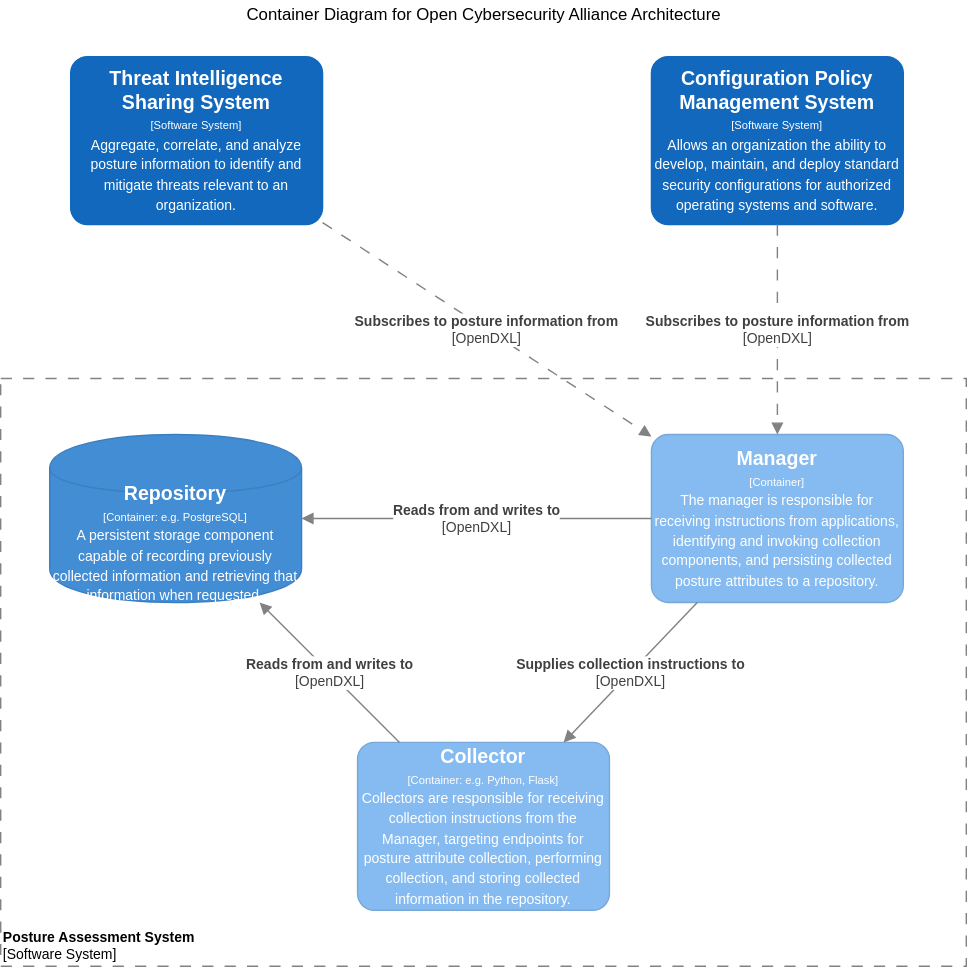
Earlier version of the draw.io export Architecture Documents/scap-container.svg (opencybersecurityalliance/documentation). Source tidied: cells renumbered, new cells last; positions are measured from the earlier drawing's top-left corner, leaving out a move shared by most shapes.
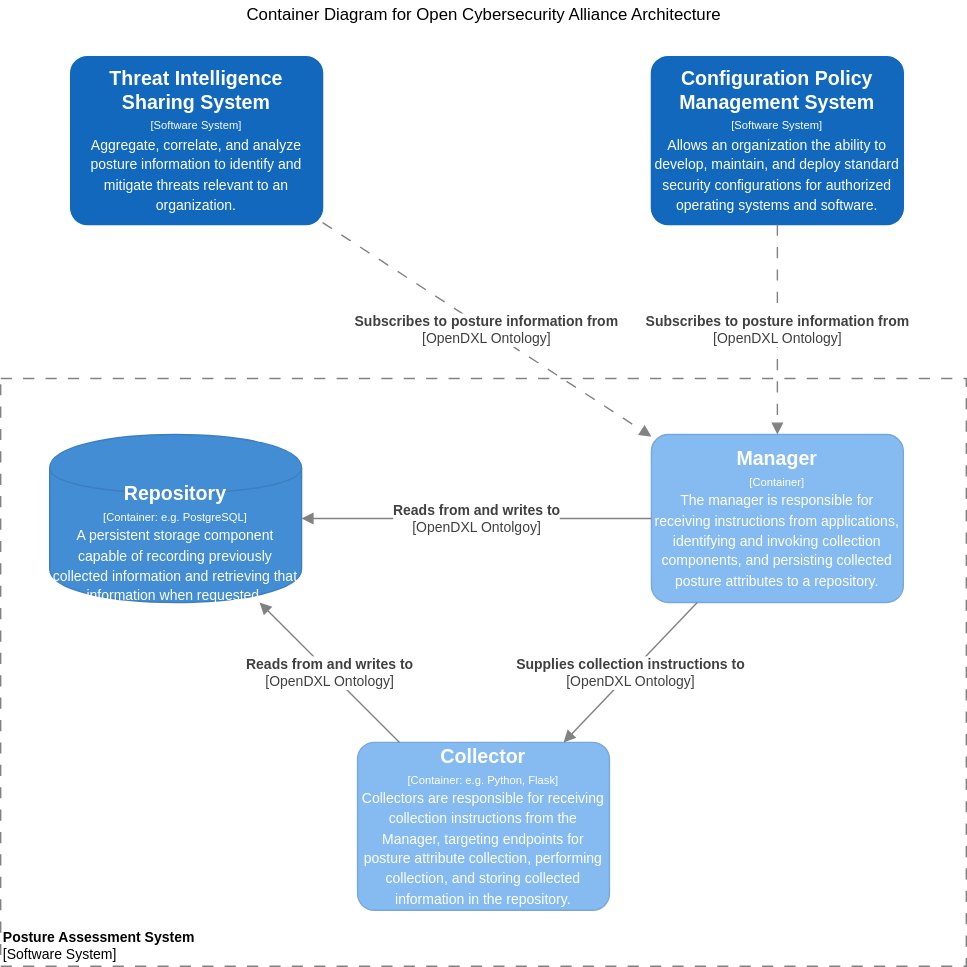
Above is the later version.

Commit message:
OpenDXL to OpenDXL Ontology

What changed in the source:
```diff
@@ -22,17 +22,17 @@
         <mxGeometry x="35" y="310" width="180" height="120" as="geometry" />
       </mxCell>
     </object>
-    <object id="6" label="&lt;span style=&quot;font-size: 10px&quot;&gt;&lt;b&gt;Supplies collection instructions to&lt;br&gt;&lt;/b&gt;[OpenDXL]&lt;br&gt;&lt;/span&gt;" name="Data Flow Item Name" placeholders="1" technology="HTTP">
+    <object id="6" label="&lt;span style=&quot;font-size: 10px&quot;&gt;&lt;b&gt;Supplies collection instructions to&lt;br&gt;&lt;/b&gt;[OpenDXL Ontology]&lt;br&gt;&lt;/span&gt;" name="Data Flow Item Name" placeholders="1" technology="HTTP">
       <mxCell style="endArrow=block;html=1;fontSize=10;fontColor=#404040;strokeWidth=1;endFill=1;strokeColor=#828282;elbow=vertical;" parent="1" edge="1" source="3" target="4">
         <mxGeometry relative="1" as="geometry" />
       </mxCell>
     </object>
-    <object id="7" label="&lt;span style=&quot;font-size: 10px&quot;&gt;&lt;b&gt;Reads from and writes to&lt;br&gt;&lt;/b&gt;[OpenDXL]&lt;br&gt;&lt;/span&gt;" name="Data Flow Item Name" placeholders="1" technology="HTTP">
+    <object id="7" label="&lt;span style=&quot;font-size: 10px&quot;&gt;&lt;b&gt;Reads from and writes to&lt;br&gt;&lt;/b&gt;[OpenDXL Ontology]&lt;br&gt;&lt;/span&gt;" name="Data Flow Item Name" placeholders="1" technology="HTTP">
       <mxCell style="endArrow=block;html=1;fontSize=10;fontColor=#404040;strokeWidth=1;endFill=1;strokeColor=#828282;elbow=vertical;" parent="1" edge="1" source="4" target="5">
         <mxGeometry relative="1" as="geometry" />
       </mxCell>
     </object>
-    <object id="8" label="&lt;span style=&quot;font-size: 10px&quot;&gt;&lt;b&gt;Reads from and writes to&lt;/b&gt;&lt;br&gt;[OpenDXL]&lt;br&gt;&lt;/span&gt;" name="Data Flow Item Name" placeholders="1" technology="HTTP">
+    <object id="8" label="&lt;span style=&quot;font-size: 10px&quot;&gt;&lt;b&gt;Reads from and writes to&lt;/b&gt;&lt;br&gt;[OpenDXL Ontolgoy]&lt;br&gt;&lt;/span&gt;" name="Data Flow Item Name" placeholders="1" technology="HTTP">
       <mxCell style="endArrow=block;html=1;fontSize=10;fontColor=#404040;strokeWidth=1;endFill=1;strokeColor=#828282;elbow=vertical;entryX=1;entryY=0.5;entryDx=0;entryDy=0;" parent="1" edge="1" source="3" target="5">
         <mxGeometry relative="1" as="geometry" />
       </mxCell>
@@ -42,7 +42,7 @@
         <mxGeometry x="50" y="40" width="180" height="120" as="geometry" />
       </mxCell>
     </object>
-    <object id="10" label="&lt;b&gt;Subscribes to posture information from&lt;/b&gt;&lt;br style=&quot;font-size: 10px&quot;&gt;[OpenDXL]" name="Dependency Operation Name" placeholders="1" technology="JDBC">
+    <object id="10" label="&lt;b&gt;Subscribes to posture information from&lt;/b&gt;&lt;br style=&quot;font-size: 10px&quot;&gt;[OpenDXL Ontology]" name="Dependency Operation Name" placeholders="1" technology="JDBC">
       <mxCell style="endArrow=block;html=1;fontSize=10;fontColor=#404040;strokeWidth=1;endFill=1;dashed=1;dashPattern=8 8;strokeColor=#828282;elbow=vertical;" parent="1" edge="1" source="9" target="3">
         <mxGeometry relative="1" as="geometry" />
       </mxCell>
@@ -52,7 +52,7 @@
         <mxGeometry x="465" y="40" width="180" height="120" as="geometry" />
       </mxCell>
     </object>
-    <object id="12" label="&lt;b&gt;Subscribes to posture information from&lt;/b&gt;&lt;br style=&quot;font-size: 10px&quot;&gt;[OpenDXL]" name="Dependency Operation Name" placeholders="1" technology="JDBC">
+    <object id="12" label="&lt;b&gt;Subscribes to posture information from&lt;/b&gt;&lt;br style=&quot;font-size: 10px&quot;&gt;[OpenDXL Ontology]" name="Dependency Operation Name" placeholders="1" technology="JDBC">
       <mxCell style="endArrow=block;html=1;fontSize=10;fontColor=#404040;strokeWidth=1;endFill=1;dashed=1;dashPattern=8 8;strokeColor=#828282;elbow=vertical;" parent="1" edge="1" source="11" target="3">
         <mxGeometry relative="1" as="geometry" />
       </mxCell>
```
